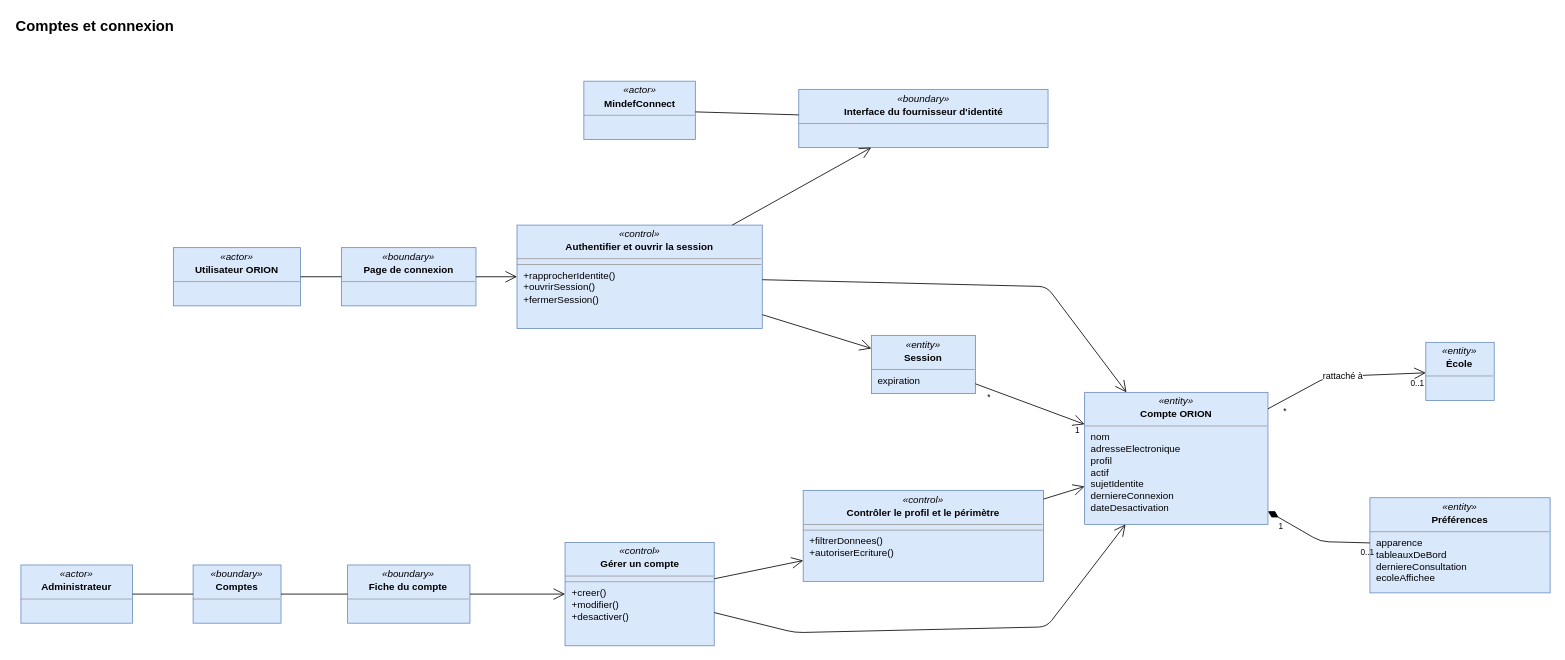
Before: page "Comptes et connexion" (4 of 5) of docs/02-ANALYSE/03-ANALYSE/02-DIAGRAMME-CLASSES-ANALYSE.drawio in bpierrelouis/aster, a draw.io diagram. Source tidied: cells renumbered, new cells numbered last; positions are measured from the earlier drawing's top-left corner, leaving out a move shared by most shapes. Both pictures are drawn from the tidied source at 82%, with x=0, y=0 at pixel (14, 14).
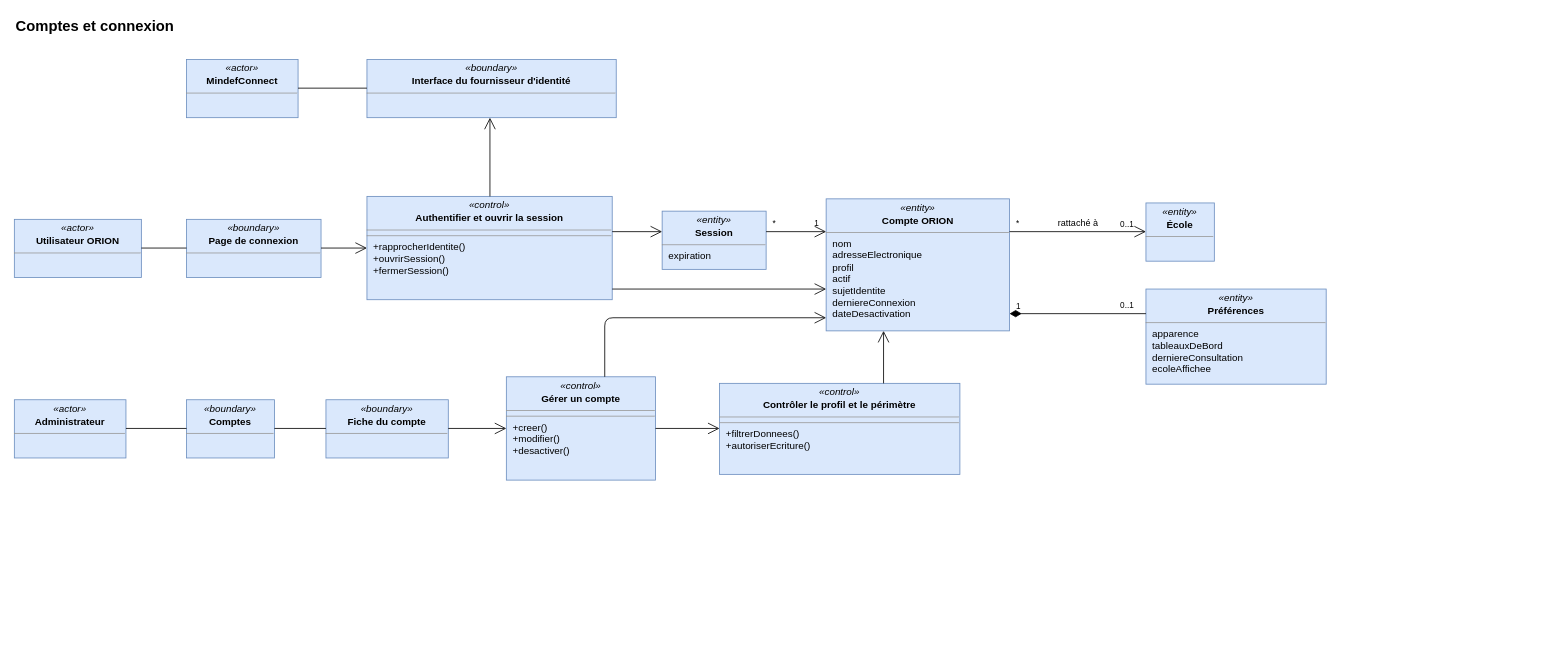
Above is the later version.

Diff of the diagram source:
```diff
@@
     <mxCell id="3" value="&lt;p style=&quot;margin:0;margin-top:4px;text-align:center;&quot;&gt;&lt;i&gt;«actor»&lt;/i&gt;&lt;/p&gt;&lt;p style=&quot;margin:0;margin-top:2px;text-align:center;&quot;&gt;&lt;b&gt;Utilisateur ORION&lt;/b&gt;&lt;/p&gt;&lt;hr size=&quot;1&quot;/&gt;" style="verticalAlign=top;align=left;overflow=fill;html=1;whiteSpace=wrap;fontSize=12;fillColor=#dae8fc;strokeColor=#6c8ebf;" parent="1" vertex="1">
-      <mxGeometry x="194.1" y="284.5" width="154.9" height="71" as="geometry" />
+      <mxGeometry y="250" width="154.9" height="71" as="geometry" />
     </mxCell>
     <mxCell id="4" value="&lt;p style=&quot;margin:0;margin-top:4px;text-align:center;&quot;&gt;&lt;i&gt;«actor»&lt;/i&gt;&lt;/p&gt;&lt;p style=&quot;margin:0;margin-top:2px;text-align:center;&quot;&gt;&lt;b&gt;Administrateur&lt;/b&gt;&lt;/p&gt;&lt;hr size=&quot;1&quot;/&gt;" style="verticalAlign=top;align=left;overflow=fill;html=1;whiteSpace=wrap;fontSize=12;fillColor=#dae8fc;strokeColor=#6c8ebf;" parent="1" vertex="1">
-      <mxGeometry x="8" y="671.5" width="136.1" height="71" as="geometry" />
+      <mxGeometry y="470" width="136.1" height="71" as="geometry" />
     </mxCell>
     <mxCell id="5" value="&lt;p style=&quot;margin:0;margin-top:4px;text-align:center;&quot;&gt;&lt;i&gt;«actor»&lt;/i&gt;&lt;/p&gt;&lt;p style=&quot;margin:0;margin-top:2px;text-align:center;&quot;&gt;&lt;b&gt;MindefConnect&lt;/b&gt;&lt;/p&gt;&lt;hr size=&quot;1&quot;/&gt;" style="verticalAlign=top;align=left;overflow=fill;html=1;whiteSpace=wrap;fontSize=12;fillColor=#dae8fc;strokeColor=#6c8ebf;" parent="1" vertex="1">
-      <mxGeometry x="694.5" y="81.5" width="136" height="71" as="geometry" />
+      <mxGeometry x="210" y="55" width="136" height="71" as="geometry" />
     </mxCell>
     <mxCell id="6" value="&lt;p style=&quot;margin:0;margin-top:4px;text-align:center;&quot;&gt;&lt;i&gt;«boundary»&lt;/i&gt;&lt;/p&gt;&lt;p style=&quot;margin:0;margin-top:2px;text-align:center;&quot;&gt;&lt;b&gt;Page de connexion&lt;/b&gt;&lt;/p&gt;&lt;hr size=&quot;1&quot;/&gt;" style="verticalAlign=top;align=left;overflow=fill;html=1;whiteSpace=wrap;fontSize=12;fillColor=#dae8fc;strokeColor=#6c8ebf;" parent="1" vertex="1">
-      <mxGeometry x="399" y="284.5" width="164" height="71" as="geometry" />
+      <mxGeometry x="210" y="250" width="164" height="71" as="geometry" />
     </mxCell>
     <mxCell id="7" value="&lt;p style=&quot;margin:0;margin-top:4px;text-align:center;&quot;&gt;&lt;i&gt;«boundary»&lt;/i&gt;&lt;/p&gt;&lt;p style=&quot;margin:0;margin-top:2px;text-align:center;&quot;&gt;&lt;b&gt;Interface du fournisseur d&amp;#x27;identité&lt;/b&gt;&lt;/p&gt;&lt;hr size=&quot;1&quot;/&gt;" style="verticalAlign=top;align=left;overflow=fill;html=1;whiteSpace=wrap;fontSize=12;fillColor=#dae8fc;strokeColor=#6c8ebf;" parent="1" vertex="1">
-      <mxGeometry x="956.6" y="91.5" width="304" height="71" as="geometry" />
+      <mxGeometry x="430" y="55" width="304" height="71" as="geometry" />
     </mxCell>
     <mxCell id="8" value="&lt;p style=&quot;margin:0;margin-top:4px;text-align:center;&quot;&gt;&lt;i&gt;«boundary»&lt;/i&gt;&lt;/p&gt;&lt;p style=&quot;margin:0;margin-top:2px;text-align:center;&quot;&gt;&lt;b&gt;Comptes&lt;/b&gt;&lt;/p&gt;&lt;hr size=&quot;1&quot;/&gt;" style="verticalAlign=top;align=left;overflow=fill;html=1;whiteSpace=wrap;fontSize=12;fillColor=#dae8fc;strokeColor=#6c8ebf;" parent="1" vertex="1">
-      <mxGeometry x="218" y="671.5" width="107.2" height="71" as="geometry" />
+      <mxGeometry x="210" y="470" width="107.2" height="71" as="geometry" />
     </mxCell>
     <mxCell id="9" value="&lt;p style=&quot;margin:0;margin-top:4px;text-align:center;&quot;&gt;&lt;i&gt;«boundary»&lt;/i&gt;&lt;/p&gt;&lt;p style=&quot;margin:0;margin-top:2px;text-align:center;&quot;&gt;&lt;b&gt;Fiche du compte&lt;/b&gt;&lt;/p&gt;&lt;hr size=&quot;1&quot;/&gt;" style="verticalAlign=top;align=left;overflow=fill;html=1;whiteSpace=wrap;fontSize=12;fillColor=#dae8fc;strokeColor=#6c8ebf;" parent="1" vertex="1">
-      <mxGeometry x="406.4" y="671.5" width="149.2" height="71" as="geometry" />
+      <mxGeometry x="380" y="470" width="149.2" height="71" as="geometry" />
     </mxCell>
     <mxCell id="10" value="&lt;p style=&quot;margin:0;margin-top:4px;text-align:center;&quot;&gt;&lt;i&gt;«control»&lt;/i&gt;&lt;/p&gt;&lt;p style=&quot;margin:0;margin-top:2px;text-align:center;&quot;&gt;&lt;b&gt;Authentifier et ouvrir la session&lt;/b&gt;&lt;/p&gt;&lt;hr size=&quot;1&quot;/&gt;&lt;hr size=&quot;1&quot;/&gt;&lt;p style=&quot;margin:0;margin-left:8px;&quot;&gt;+rapprocherIdentite()&lt;br&gt;+ouvrirSession()&lt;br&gt;+fermerSession()&lt;/p&gt;" style="verticalAlign=top;align=left;overflow=fill;html=1;whiteSpace=wrap;fontSize=12;fillColor=#dae8fc;strokeColor=#6c8ebf;" parent="1" vertex="1">
-      <mxGeometry x="613" y="257" width="299.1" height="126" as="geometry" />
+      <mxGeometry x="430" y="222" width="299.1" height="126" as="geometry" />
     </mxCell>
     <mxCell id="11" value="&lt;p style=&quot;margin:0;margin-top:4px;text-align:center;&quot;&gt;&lt;i&gt;«control»&lt;/i&gt;&lt;/p&gt;&lt;p style=&quot;margin:0;margin-top:2px;text-align:center;&quot;&gt;&lt;b&gt;Contrôler le profil et le périmètre&lt;/b&gt;&lt;/p&gt;&lt;hr size=&quot;1&quot;/&gt;&lt;hr size=&quot;1&quot;/&gt;&lt;p style=&quot;margin:0;margin-left:8px;&quot;&gt;+filtrerDonnees()&lt;br&gt;+autoriserEcriture()&lt;/p&gt;" style="verticalAlign=top;align=left;overflow=fill;html=1;whiteSpace=wrap;fontSize=12;fillColor=#dae8fc;strokeColor=#6c8ebf;" parent="1" vertex="1">
-      <mxGeometry x="962" y="580.5" width="293.1" height="111" as="geometry" />
+      <mxGeometry x="860" y="450" width="293.1" height="111" as="geometry" />
     </mxCell>
     <mxCell id="12" value="&lt;p style=&quot;margin:0;margin-top:4px;text-align:center;&quot;&gt;&lt;i&gt;«control»&lt;/i&gt;&lt;/p&gt;&lt;p style=&quot;margin:0;margin-top:2px;text-align:center;&quot;&gt;&lt;b&gt;Gérer un compte&lt;/b&gt;&lt;/p&gt;&lt;hr size=&quot;1&quot;/&gt;&lt;hr size=&quot;1&quot;/&gt;&lt;p style=&quot;margin:0;margin-left:8px;&quot;&gt;+creer()&lt;br&gt;+modifier()&lt;br&gt;+desactiver()&lt;/p&gt;" style="verticalAlign=top;align=left;overflow=fill;html=1;whiteSpace=wrap;fontSize=12;fillColor=#dae8fc;strokeColor=#6c8ebf;" parent="1" vertex="1">
-      <mxGeometry x="671.6" y="644" width="181.9" height="126" as="geometry" />
+      <mxGeometry x="600" y="442" width="181.9" height="126" as="geometry" />
     </mxCell>
     <mxCell id="13" value="&lt;p style=&quot;margin:0;margin-top:4px;text-align:center;&quot;&gt;&lt;i&gt;«entity»&lt;/i&gt;&lt;/p&gt;&lt;p style=&quot;margin:0;margin-top:2px;text-align:center;&quot;&gt;&lt;b&gt;Compte ORION&lt;/b&gt;&lt;/p&gt;&lt;hr size=&quot;1&quot;/&gt;&lt;p style=&quot;margin:0;margin-left:8px;&quot;&gt;nom&lt;br&gt;adresseElectronique&lt;br&gt;profil&lt;br&gt;actif&lt;br&gt;sujetIdentite&lt;br&gt;derniereConnexion&lt;br&gt;dateDesactivation&lt;/p&gt;" style="verticalAlign=top;align=left;overflow=fill;html=1;whiteSpace=wrap;fontSize=12;fillColor=#dae8fc;strokeColor=#6c8ebf;" parent="1" vertex="1">
-      <mxGeometry x="1305.2" y="461" width="223.6" height="161" as="geometry" />
+      <mxGeometry x="990" y="225" width="223.6" height="161" as="geometry" />
     </mxCell>
     <mxCell id="14" value="&lt;p style=&quot;margin:0;margin-top:4px;text-align:center;&quot;&gt;&lt;i&gt;«entity»&lt;/i&gt;&lt;/p&gt;&lt;p style=&quot;margin:0;margin-top:2px;text-align:center;&quot;&gt;&lt;b&gt;École&lt;/b&gt;&lt;/p&gt;&lt;hr size=&quot;1&quot;/&gt;" style="verticalAlign=top;align=left;overflow=fill;html=1;whiteSpace=wrap;fontSize=12;fillColor=#dae8fc;strokeColor=#6c8ebf;" parent="1" vertex="1">
-      <mxGeometry x="1721.3" y="400" width="83.4" height="71" as="geometry" />
+      <mxGeometry x="1380" y="230" width="83.4" height="71" as="geometry" />
     </mxCell>
     <mxCell id="15" value="&lt;p style=&quot;margin:0;margin-top:4px;text-align:center;&quot;&gt;&lt;i&gt;«entity»&lt;/i&gt;&lt;/p&gt;&lt;p style=&quot;margin:0;margin-top:2px;text-align:center;&quot;&gt;&lt;b&gt;Session&lt;/b&gt;&lt;/p&gt;&lt;hr size=&quot;1&quot;/&gt;&lt;p style=&quot;margin:0;margin-left:8px;&quot;&gt;expiration&lt;/p&gt;" style="verticalAlign=top;align=left;overflow=fill;html=1;whiteSpace=wrap;fontSize=12;fillColor=#dae8fc;strokeColor=#6c8ebf;" parent="1" vertex="1">
-      <mxGeometry x="1045.2" y="391.5" width="126.8" height="71" as="geometry" />
+      <mxGeometry x="790" y="240" width="126.8" height="71" as="geometry" />
     </mxCell>
     <mxCell id="16" value="&lt;p style=&quot;margin:0;margin-top:4px;text-align:center;&quot;&gt;&lt;i&gt;«entity»&lt;/i&gt;&lt;/p&gt;&lt;p style=&quot;margin:0;margin-top:2px;text-align:center;&quot;&gt;&lt;b&gt;Préférences&lt;/b&gt;&lt;/p&gt;&lt;hr size=&quot;1&quot;/&gt;&lt;p style=&quot;margin:0;margin-left:8px;&quot;&gt;apparence&lt;br&gt;tableauxDeBord&lt;br&gt;derniereConsultation&lt;br&gt;ecoleAffichee&lt;/p&gt;" style="verticalAlign=top;align=left;overflow=fill;html=1;whiteSpace=wrap;fontSize=12;fillColor=#dae8fc;strokeColor=#6c8ebf;" parent="1" vertex="1">
-      <mxGeometry x="1653.1" y="589.5" width="219.8" height="116" as="geometry" />
+      <mxGeometry x="1380" y="335" width="219.8" height="116" as="geometry" />
     </mxCell>
-    <mxCell id="17" style="html=1;rounded=0;fontSize=11;labelBackgroundColor=#ffffff;endArrow=none;startArrow=none;rounded=1;" parent="1" edge="1" source="3" target="6">
+    <mxCell id="17" style="html=1;rounded=0;fontSize=11;labelBackgroundColor=#ffffff;endArrow=none;startArrow=none;rounded=1;exitX=1;exitY=0.493;exitDx=0;exitDy=0;entryX=0;entryY=0.493;entryDx=0;entryDy=0;" parent="1" edge="1" source="3" target="6">
       <mxGeometry relative="1" as="geometry" />
     </mxCell>
-    <mxCell id="18" style="html=1;rounded=0;fontSize=11;labelBackgroundColor=#ffffff;endArrow=none;startArrow=none;rounded=1;" parent="1" edge="1" source="5" target="7">
+    <mxCell id="18" style="html=1;rounded=0;fontSize=11;labelBackgroundColor=#ffffff;endArrow=none;startArrow=none;rounded=1;exitX=1;exitY=0.493;exitDx=0;exitDy=0;entryX=0;entryY=0.493;entryDx=0;entryDy=0;" parent="1" edge="1" source="5" target="7">
       <mxGeometry relative="1" as="geometry" />
     </mxCell>
-    <mxCell id="19" style="html=1;rounded=0;fontSize=11;labelBackgroundColor=#ffffff;endArrow=none;startArrow=none;rounded=1;" parent="1" edge="1" source="4" target="8">
+    <mxCell id="19" style="html=1;rounded=0;fontSize=11;labelBackgroundColor=#ffffff;endArrow=none;startArrow=none;rounded=1;exitX=1;exitY=0.493;exitDx=0;exitDy=0;entryX=0;entryY=0.493;entryDx=0;entryDy=0;" parent="1" edge="1" source="4" target="8">
       <mxGeometry relative="1" as="geometry" />
     </mxCell>
-    <mxCell id="20" style="html=1;rounded=0;fontSize=11;labelBackgroundColor=#ffffff;endArrow=none;startArrow=none;rounded=1;" parent="1" edge="1" source="8" target="9">
+    <mxCell id="20" style="html=1;rounded=0;fontSize=11;labelBackgroundColor=#ffffff;endArrow=none;startArrow=none;rounded=1;exitX=1;exitY=0.493;exitDx=0;exitDy=0;entryX=0;entryY=0.493;entryDx=0;entryDy=0;" parent="1" edge="1" source="8" target="9">
       <mxGeometry relative="1" as="geometry" />
     </mxCell>
-    <mxCell id="21" style="html=1;rounded=0;fontSize=11;labelBackgroundColor=#ffffff;endArrow=open;endFill=0;endSize=12;startArrow=none;rounded=1;" parent="1" edge="1" source="6" target="10">
+    <mxCell id="21" style="html=1;rounded=0;fontSize=11;labelBackgroundColor=#ffffff;endArrow=open;endFill=0;endSize=12;startArrow=none;rounded=1;exitX=1;exitY=0.493;exitDx=0;exitDy=0;entryX=0;entryY=0.5;entryDx=0;entryDy=0;" parent="1" edge="1" source="6" target="10">
       <mxGeometry relative="1" as="geometry" />
     </mxCell>
-    <mxCell id="22" style="html=1;rounded=0;fontSize=11;labelBackgroundColor=#ffffff;endArrow=open;endFill=0;endSize=12;startArrow=none;rounded=1;" parent="1" edge="1" source="10" target="7">
+    <mxCell id="22" style="html=1;rounded=0;fontSize=11;labelBackgroundColor=#ffffff;endArrow=open;endFill=0;endSize=12;startArrow=none;rounded=1;exitX=0.5015;exitY=0;exitDx=0;exitDy=0;entryX=0.4934;entryY=1;entryDx=0;entryDy=0;" parent="1" edge="1" source="10" target="7">
       <mxGeometry relative="1" as="geometry" />
     </mxCell>
-    <mxCell id="23" style="html=1;rounded=0;fontSize=11;labelBackgroundColor=#ffffff;endArrow=open;endFill=0;endSize=12;startArrow=none;rounded=1;" parent="1" edge="1" source="9" target="12">
+    <mxCell id="23" style="html=1;rounded=0;fontSize=11;labelBackgroundColor=#ffffff;endArrow=open;endFill=0;endSize=12;startArrow=none;rounded=1;exitX=1;exitY=0.493;exitDx=0;exitDy=0;entryX=0;entryY=0.5;entryDx=0;entryDy=0;" parent="1" edge="1" source="9" target="12">
       <mxGeometry relative="1" as="geometry" />
     </mxCell>
-    <mxCell id="24" style="html=1;rounded=0;fontSize=11;labelBackgroundColor=#ffffff;endArrow=open;endFill=0;endSize=12;startArrow=none;rounded=1;" parent="1" edge="1" source="12" target="11">
+    <mxCell id="24" style="html=1;rounded=0;fontSize=11;labelBackgroundColor=#ffffff;endArrow=open;endFill=0;endSize=12;startArrow=none;rounded=1;exitX=1;exitY=0.5;exitDx=0;exitDy=0;entryX=0;entryY=0.4955;entryDx=0;entryDy=0;" parent="1" edge="1" source="12" target="11">
       <mxGeometry relative="1" as="geometry" />
     </mxCell>
-    <mxCell id="25" style="html=1;rounded=0;fontSize=11;labelBackgroundColor=#ffffff;endArrow=open;endFill=0;endSize=12;startArrow=none;rounded=1;" parent="1" edge="1" source="10" target="13">
-      <mxGeometry relative="1" as="geometry">
-        <Array as="points">
-          <mxPoint x="1259" y="332" />
-        </Array>
-      </mxGeometry>
+    <mxCell id="25" style="html=1;rounded=0;fontSize=11;labelBackgroundColor=#ffffff;endArrow=open;endFill=0;endSize=12;startArrow=none;rounded=1;exitX=1;exitY=0.8968;exitDx=0;exitDy=0;entryX=0;entryY=0.6832;entryDx=0;entryDy=0;" parent="1" edge="1" source="10" target="13">
+      <mxGeometry relative="1" as="geometry" />
     </mxCell>
-    <mxCell id="26" style="html=1;rounded=0;fontSize=11;labelBackgroundColor=#ffffff;endArrow=open;endFill=0;endSize=12;startArrow=none;rounded=1;" parent="1" edge="1" source="10" target="15">
+    <mxCell id="26" style="html=1;rounded=0;fontSize=11;labelBackgroundColor=#ffffff;endArrow=open;endFill=0;endSize=12;startArrow=none;rounded=1;exitX=1;exitY=0.3413;exitDx=0;exitDy=0;entryX=0;entryY=0.3521;entryDx=0;entryDy=0;" parent="1" edge="1" source="10" target="15">
       <mxGeometry relative="1" as="geometry" />
     </mxCell>
-    <mxCell id="27" style="html=1;rounded=0;fontSize=11;labelBackgroundColor=#ffffff;endArrow=open;endFill=0;endSize=12;startArrow=none;rounded=1;" parent="1" edge="1" source="11" target="13">
+    <mxCell id="27" style="html=1;rounded=0;fontSize=11;labelBackgroundColor=#ffffff;endArrow=open;endFill=0;endSize=12;startArrow=none;rounded=1;exitX=0.6824;exitY=0;exitDx=0;exitDy=0;entryX=0.3131;entryY=1;entryDx=0;entryDy=0;" parent="1" edge="1" source="11" target="13">
       <mxGeometry relative="1" as="geometry" />
     </mxCell>
-    <mxCell id="28" style="html=1;rounded=0;fontSize=11;labelBackgroundColor=#ffffff;endArrow=open;endFill=0;endSize=12;startArrow=none;rounded=1;" parent="1" edge="1" source="12" target="13">
+    <mxCell id="28" style="html=1;rounded=0;fontSize=11;labelBackgroundColor=#ffffff;endArrow=open;endFill=0;endSize=12;startArrow=none;rounded=1;exitX=0.6597;exitY=0;exitDx=0;exitDy=0;entryX=0;entryY=0.9006;entryDx=0;entryDy=0;" parent="1" edge="1" source="12" target="13">
       <mxGeometry relative="1" as="geometry">
         <Array as="points">
-          <mxPoint x="952" y="754" />
-          <mxPoint x="1259" y="747" />
+          <mxPoint x="720" y="370" />
         </Array>
       </mxGeometry>
     </mxCell>
-    <mxCell id="29" value="rattaché à" style="html=1;rounded=0;fontSize=11;labelBackgroundColor=#ffffff;endArrow=open;endFill=0;endSize=12;startArrow=none;rounded=1;" parent="1" edge="1" source="13" target="14">
+    <mxCell id="29" value="rattaché à" style="html=1;rounded=0;fontSize=11;labelBackgroundColor=#ffffff;endArrow=open;endFill=0;endSize=12;startArrow=none;rounded=1;exitX=1;exitY=0.2484;exitDx=0;exitDy=0;entryX=0;entryY=0.493;entryDx=0;entryDy=0;" parent="1" edge="1" source="13" target="14">
       <mxGeometry relative="1" as="geometry">
-        <Array as="points">
-          <mxPoint x="1601" y="442" />
-        </Array>
+        <mxPoint y="-10.9" as="offset" />
       </mxGeometry>
     </mxCell>
     <mxCell id="30" value="*" style="edgeLabel;html=1;fontSize=10;labelBackgroundColor=none;" parent="29" vertex="1">
-      <mxGeometry x="-0.8" relative="1" as="geometry" />
+      <mxGeometry x="-1" relative="1" as="geometry">
+        <mxPoint x="6" y="-21.5" as="offset" />
+      </mxGeometry>
     </mxCell>
     <mxCell id="31" value="0..1" style="edgeLabel;html=1;fontSize=10;labelBackgroundColor=none;" parent="29" vertex="1">
-      <mxGeometry x="0.8" relative="1" as="geometry" />
+      <mxGeometry x="1" relative="1" as="geometry">
+        <mxPoint x="-32.4" y="-21.5" as="offset" />
+      </mxGeometry>
     </mxCell>
-    <mxCell id="32" style="html=1;rounded=0;fontSize=11;labelBackgroundColor=#ffffff;endArrow=open;endFill=0;endSize=12;startArrow=none;rounded=1;" parent="1" edge="1" source="15" target="13">
+    <mxCell id="32" style="html=1;rounded=0;fontSize=11;labelBackgroundColor=#ffffff;endArrow=open;endFill=0;endSize=12;startArrow=none;rounded=1;exitX=1;exitY=0.3521;exitDx=0;exitDy=0;entryX=0;entryY=0.2484;entryDx=0;entryDy=0;" parent="1" edge="1" source="15" target="13">
       <mxGeometry relative="1" as="geometry" />
     </mxCell>
     <mxCell id="33" value="*" style="edgeLabel;html=1;fontSize=10;labelBackgroundColor=none;" parent="32" vertex="1">
-      <mxGeometry x="-0.8" relative="1" as="geometry" />
+      <mxGeometry x="-1" relative="1" as="geometry">
+        <mxPoint x="6" y="-21.5" as="offset" />
+      </mxGeometry>
     </mxCell>
     <mxCell id="34" value="1" style="edgeLabel;html=1;fontSize=10;labelBackgroundColor=none;" parent="32" vertex="1">
-      <mxGeometry x="0.8" relative="1" as="geometry" />
+      <mxGeometry x="1" relative="1" as="geometry">
+        <mxPoint x="-15.6" y="-21.5" as="offset" />
+      </mxGeometry>
     </mxCell>
-    <mxCell id="35" style="html=1;rounded=0;fontSize=11;labelBackgroundColor=#ffffff;endArrow=none;startArrow=diamondThin;startFill=1;startSize=12;rounded=1;" parent="1" edge="1" source="13" target="16">
-      <mxGeometry relative="1" as="geometry">
-        <Array as="points">
-          <mxPoint x="1593" y="643" />
-        </Array>
-      </mxGeometry>
+    <mxCell id="35" style="html=1;rounded=0;fontSize=11;labelBackgroundColor=#ffffff;endArrow=none;startArrow=diamondThin;startFill=1;startSize=12;rounded=1;exitX=1;exitY=0.8696;exitDx=0;exitDy=0;entryX=0;entryY=0.2586;entryDx=0;entryDy=0;" parent="1" edge="1" source="13" target="16">
+      <mxGeometry relative="1" as="geometry" />
     </mxCell>
     <mxCell id="36" value="1" style="edgeLabel;html=1;fontSize=10;labelBackgroundColor=none;" parent="35" vertex="1">
-      <mxGeometry x="-0.8" relative="1" as="geometry" />
+      <mxGeometry x="-1" relative="1" as="geometry">
+        <mxPoint x="6" y="-21.5" as="offset" />
+      </mxGeometry>
     </mxCell>
     <mxCell id="37" value="0..1" style="edgeLabel;html=1;fontSize=10;labelBackgroundColor=none;" parent="35" vertex="1">
-      <mxGeometry x="0.8" relative="1" as="geometry" />
+      <mxGeometry x="1" relative="1" as="geometry">
+        <mxPoint x="-32.4" y="-21.5" as="offset" />
+      </mxGeometry>
     </mxCell>
```
